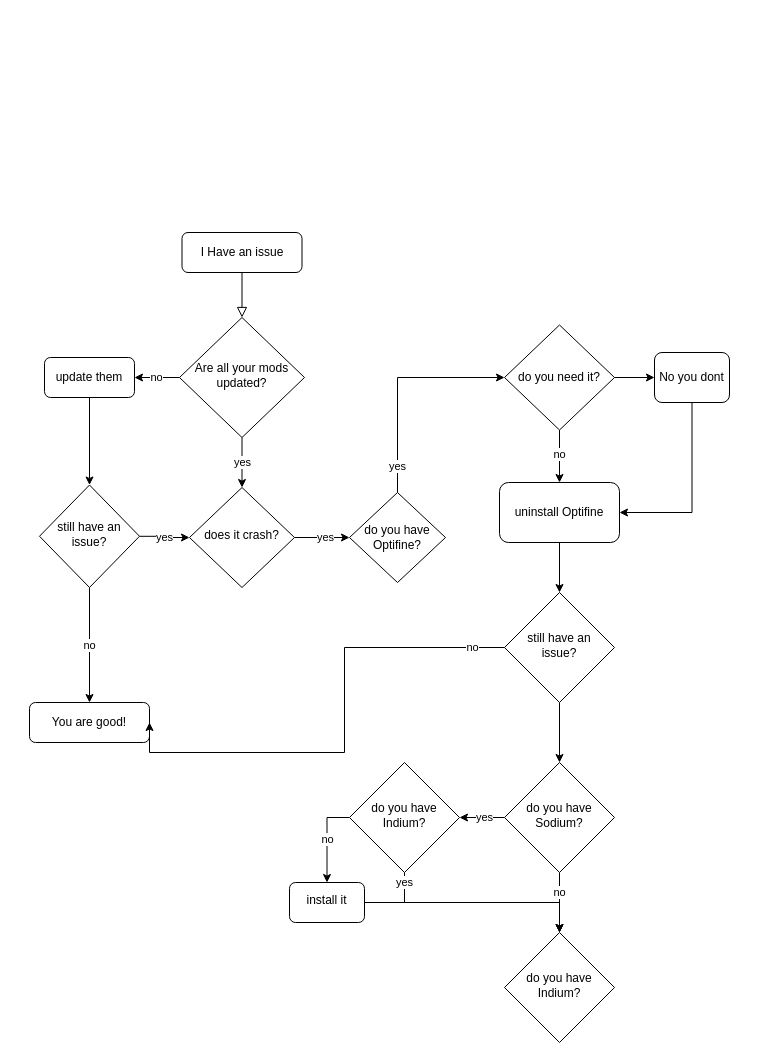
Before: Diagramma senza titolo.drawio in MehVahdJukaar/flowchart, a draw.io diagram. Source tidied: cells renumbered, new cells numbered last; positions are measured from the earlier drawing's top-left corner, leaving out a move shared by most shapes. Both pictures are drawn from the tidied source at 100%, with x=0, y=0 at pixel (29, 232).
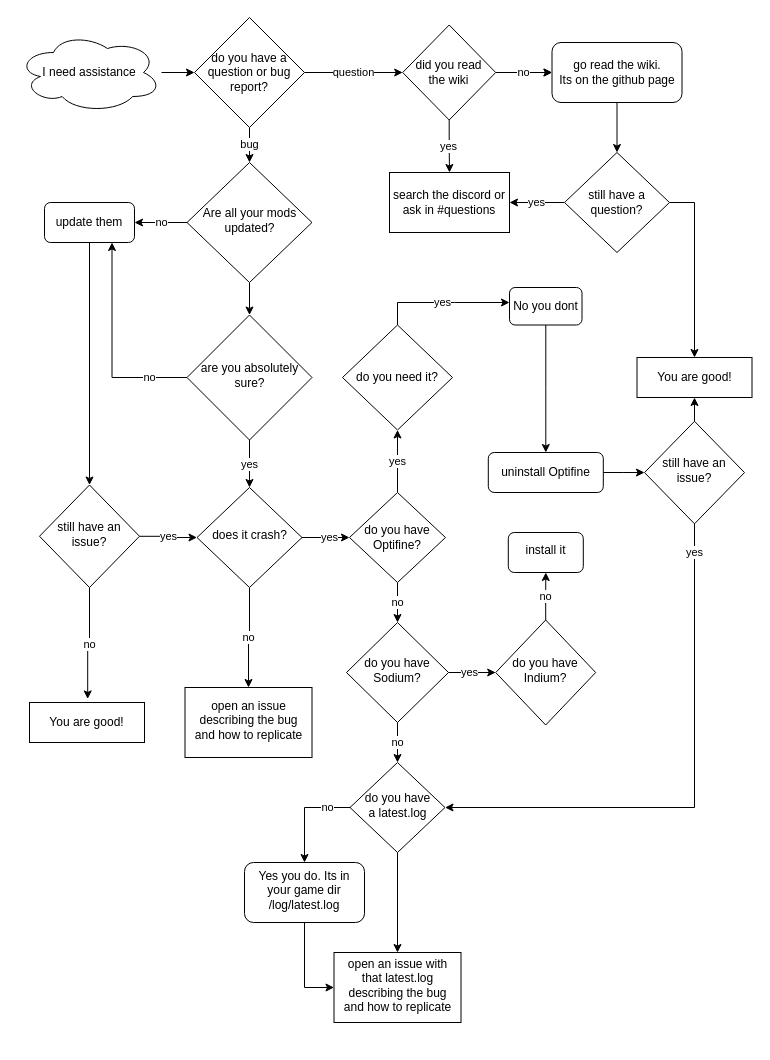
The same diagram, later.

The change refers to these unchanged cells:
```xml
<mxCell id="9" value="still have an issue?" style="rhombus;whiteSpace=wrap;html=1;shadow=0;fontFamily=Helvetica;fontSize=12;align=center;strokeWidth=1;spacing=6;spacingTop=-4;" parent="1" vertex="1">
  <mxGeometry x="10" y="252.5" width="100" height="102.5" as="geometry" />
</mxCell>
<mxCell id="17" value="do you have Optifine?" style="rhombus;whiteSpace=wrap;html=1;" parent="1" vertex="1">
  <mxGeometry x="320" y="260" width="96" height="90" as="geometry" />
</mxCell>
```

Change to the diagram source:
```diff
@@
-    <mxCell id="2" style="rounded=0;html=1;jettySize=auto;fontSize=11;endArrow=block;endFill=0;endSize=8;strokeWidth=1;shadow=0;labelBackgroundColor=none;edgeStyle=orthogonalEdgeStyle;" parent="1" edge="1" source="3" target="6">
-      <mxGeometry relative="1" as="geometry" />
-    </mxCell>
-    <mxCell id="3" value="I Have an issue" style="rounded=1;whiteSpace=wrap;html=1;fontSize=12;glass=0;strokeWidth=1;shadow=0;" parent="1" vertex="1">
-      <mxGeometry x="152.5" width="120" height="40" as="geometry" />
-    </mxCell>
@@
-    <mxCell id="5" value="yes" style="edgeStyle=orthogonalEdgeStyle;rounded=0;jettySize=auto;html=1;" parent="1" edge="1" source="6" target="35">
-      <mxGeometry relative="1" as="geometry" />
-    </mxCell>
+    <mxCell id="36" style="edgeStyle=orthogonalEdgeStyle;rounded=0;jettySize=auto;html=1;" parent="1" edge="1" source="6" target="43">
+      <mxGeometry relative="1" as="geometry" />
+    </mxCell>
     <mxCell id="6" value="Are all your mods updated?" style="rhombus;whiteSpace=wrap;html=1;shadow=0;fontFamily=Helvetica;fontSize=12;align=center;strokeWidth=1;spacing=6;spacingTop=-4;" parent="1" vertex="1">
-      <mxGeometry x="150" y="85" width="125" height="120" as="geometry" />
+      <mxGeometry x="157.5" y="-70" width="125" height="120" as="geometry" />
     </mxCell>
-    <mxCell id="7" value="no" style="edgeStyle=orthogonalEdgeStyle;rounded=0;jettySize=auto;html=1;exitX=0.5;exitY=1;exitDx=0;exitDy=0;entryX=0.5;entryY=0;entryDx=0;entryDy=0;" parent="1" edge="1" source="9" target="10">
+    <mxCell id="7" value="no" style="edgeStyle=orthogonalEdgeStyle;rounded=0;jettySize=auto;html=1;exitX=0.5;exitY=1;exitDx=0;exitDy=0;entryX=0.506;entryY=-0.089;entryDx=0;entryDy=0;entryPerimeter=0;" parent="1" edge="1" source="9" target="50">
       <mxGeometry relative="1" as="geometry" />
     </mxCell>
@@
-    <mxCell id="10" value="You are good!" style="rounded=1;whiteSpace=wrap;html=1;fontSize=12;glass=0;strokeWidth=1;shadow=0;" parent="1" vertex="1">
-      <mxGeometry y="470" width="120" height="40" as="geometry" />
-    </mxCell>
-    <mxCell id="11" value="no" style="edgeStyle=orthogonalEdgeStyle;rounded=0;jettySize=auto;html=1;" parent="1" edge="1" source="13" target="19">
-      <mxGeometry x="-0.14" relative="1" as="geometry">
-        <mxPoint y="1" as="offset" />
-      </mxGeometry>
-    </mxCell>
-    <mxCell id="12" style="edgeStyle=orthogonalEdgeStyle;rounded=0;jettySize=auto;html=1;" parent="1" edge="1" source="13" target="21">
-      <mxGeometry relative="1" as="geometry" />
-    </mxCell>
     <mxCell id="13" value="do you need it?" style="rhombus;whiteSpace=wrap;html=1;" parent="1" vertex="1">
-      <mxGeometry x="475" y="92.5" width="110" height="105" as="geometry" />
+      <mxGeometry x="313" y="92.5" width="110" height="105" as="geometry" />
     </mxCell>
@@
     <mxCell id="15" value="update them" style="rounded=1;whiteSpace=wrap;html=1;fontSize=12;glass=0;strokeWidth=1;shadow=0;" parent="1" vertex="1">
-      <mxGeometry x="15" y="125" width="90" height="40" as="geometry" />
+      <mxGeometry x="15" y="-30" width="90" height="40" as="geometry" />
     </mxCell>
+    <mxCell id="37" value="no" style="edgeStyle=orthogonalEdgeStyle;rounded=0;jettySize=auto;html=1;" parent="1" edge="1" source="17" target="27">
+      <mxGeometry relative="1" as="geometry" />
+    </mxCell>
-    <mxCell id="16" value="yes" style="edgeStyle=orthogonalEdgeStyle;rounded=0;jettySize=auto;html=1;exitX=0.5;exitY=0;exitDx=0;exitDy=0;entryX=0;entryY=0.5;entryDx=0;entryDy=0;" parent="1" edge="1" source="17" target="13">
-      <mxGeometry x="-0.77" relative="1" as="geometry" />
+    <mxCell id="16" value="yes" style="edgeStyle=orthogonalEdgeStyle;rounded=0;jettySize=auto;html=1;" parent="1" edge="1" source="17" target="13">
+      <mxGeometry relative="1" as="geometry" />
     </mxCell>
@@
-    <mxCell id="18" style="edgeStyle=orthogonalEdgeStyle;rounded=0;jettySize=auto;html=1;" parent="1" edge="1" source="19" target="24">
+    <mxCell id="18" style="edgeStyle=orthogonalEdgeStyle;rounded=0;jettySize=auto;html=1;entryX=0;entryY=0.5;entryDx=0;entryDy=0;" parent="1" edge="1" source="19" target="24">
       <mxGeometry relative="1" as="geometry" />
     </mxCell>
     <mxCell id="19" value="uninstall Optifine" style="rounded=1;whiteSpace=wrap;html=1;" parent="1" vertex="1">
-      <mxGeometry x="470" y="250" width="120" height="60" as="geometry" />
+      <mxGeometry x="458.8" y="220" width="115" height="40" as="geometry" />
     </mxCell>
-    <mxCell id="20" style="edgeStyle=orthogonalEdgeStyle;rounded=0;jettySize=auto;html=1;exitX=0.5;exitY=1;exitDx=0;exitDy=0;entryX=1;entryY=0.5;entryDx=0;entryDy=0;" parent="1" edge="1" source="21" target="19">
+    <mxCell id="20" style="edgeStyle=orthogonalEdgeStyle;rounded=0;jettySize=auto;html=1;" parent="1" edge="1" source="21" target="19">
       <mxGeometry relative="1" as="geometry" />
     </mxCell>
     <mxCell id="21" value="No you dont" style="rounded=1;whiteSpace=wrap;html=1;" parent="1" vertex="1">
-      <mxGeometry x="625" y="120" width="75" height="50" as="geometry" />
+      <mxGeometry x="480" y="55" width="72.5" height="37.5" as="geometry" />
     </mxCell>
-    <mxCell id="22" value="no" style="edgeStyle=orthogonalEdgeStyle;rounded=0;jettySize=auto;html=1;exitX=0;exitY=0.5;exitDx=0;exitDy=0;entryX=1;entryY=0.5;entryDx=0;entryDy=0;" parent="1" edge="1" source="24" target="10">
-      <mxGeometry x="-0.87" relative="1" as="geometry">
-        <Array as="points">
-          <mxPoint x="315" y="415" />
-          <mxPoint x="315" y="520" />
-        </Array>
-      </mxGeometry>
-    </mxCell>
-    <mxCell id="23" style="edgeStyle=orthogonalEdgeStyle;rounded=0;jettySize=auto;html=1;" parent="1" edge="1" source="24" target="27">
-      <mxGeometry relative="1" as="geometry" />
-    </mxCell>
-    <mxCell id="24" value="still have an issue?" style="rhombus;whiteSpace=wrap;html=1;shadow=0;fontFamily=Helvetica;fontSize=12;align=center;strokeWidth=1;spacing=6;spacingTop=-4;" parent="1" vertex="1">
-      <mxGeometry x="475" y="360" width="110" height="110" as="geometry" />
-    </mxCell>
@@
     <mxCell id="26" value="no" style="edgeStyle=orthogonalEdgeStyle;rounded=0;jettySize=auto;html=1;" parent="1" edge="1" source="27" target="33">
-      <mxGeometry x="-0.33" relative="1" as="geometry" />
+      <mxGeometry relative="1" as="geometry" />
     </mxCell>
     <mxCell id="27" value="do you have Sodium?" style="rhombus;whiteSpace=wrap;html=1;shadow=0;fontFamily=Helvetica;fontSize=12;align=center;strokeWidth=1;spacing=6;spacingTop=-4;" parent="1" vertex="1">
-      <mxGeometry x="475" y="530" width="110" height="110" as="geometry" />
+      <mxGeometry x="317" y="390" width="102" height="100" as="geometry" />
     </mxCell>
-    <mxCell id="28" value="yes" style="edgeStyle=orthogonalEdgeStyle;rounded=0;jettySize=auto;html=1;" parent="1" edge="1" source="30" target="33">
-      <mxGeometry x="-0.91" relative="1" as="geometry">
-        <Array as="points">
-          <mxPoint x="375" y="670" />
-          <mxPoint x="530" y="670" />
-        </Array>
-      </mxGeometry>
-    </mxCell>
-    <mxCell id="29" value="no" style="edgeStyle=orthogonalEdgeStyle;rounded=0;jettySize=auto;html=1;exitX=0;exitY=0.5;exitDx=0;exitDy=0;entryX=0.5;entryY=0;entryDx=0;entryDy=0;" parent="1" edge="1" source="30" target="32">
+    <mxCell id="29" value="no" style="edgeStyle=orthogonalEdgeStyle;rounded=0;jettySize=auto;html=1;" parent="1" edge="1" source="30" target="32">
       <mxGeometry relative="1" as="geometry" />
     </mxCell>
     <mxCell id="30" value="do you have Indium?" style="rhombus;whiteSpace=wrap;html=1;shadow=0;fontFamily=Helvetica;fontSize=12;align=center;strokeWidth=1;spacing=6;spacingTop=-4;" parent="1" vertex="1">
-      <mxGeometry x="320" y="530" width="110" height="110" as="geometry" />
+      <mxGeometry x="466.2" y="387.5" width="100" height="105" as="geometry" />
     </mxCell>
-    <mxCell id="31" style="edgeStyle=orthogonalEdgeStyle;rounded=0;jettySize=auto;html=1;exitX=1;exitY=0.5;exitDx=0;exitDy=0;entryX=0.5;entryY=0;entryDx=0;entryDy=0;" parent="1" edge="1" source="32" target="33">
-      <mxGeometry relative="1" as="geometry" />
-    </mxCell>
     <mxCell id="32" value="install it" style="rounded=1;whiteSpace=wrap;html=1;shadow=0;strokeWidth=1;spacing=6;spacingTop=-4;" parent="1" vertex="1">
-      <mxGeometry x="260" y="650" width="75" height="40" as="geometry" />
+      <mxGeometry x="478.8" y="300" width="75" height="40" as="geometry" />
     </mxCell>
+    <mxCell id="38" value="no" style="edgeStyle=orthogonalEdgeStyle;rounded=0;jettySize=auto;html=1;" parent="1" edge="1" source="33" target="48">
+      <mxGeometry x="-0.54" relative="1" as="geometry">
+        <Array as="points">
+          <mxPoint x="275" y="575" />
+        </Array>
+      </mxGeometry>
+    </mxCell>
+    <mxCell id="39" style="edgeStyle=orthogonalEdgeStyle;rounded=0;jettySize=auto;html=1;" parent="1" edge="1" source="33" target="49">
+      <mxGeometry relative="1" as="geometry" />
+    </mxCell>
-    <mxCell id="33" value="do you have Indium?" style="rhombus;whiteSpace=wrap;html=1;shadow=0;fontFamily=Helvetica;fontSize=12;align=center;strokeWidth=1;spacing=6;spacingTop=-4;" parent="1" vertex="1">
-      <mxGeometry x="475" y="700" width="110" height="110" as="geometry" />
+    <mxCell id="33" value="do you have&lt;br&gt;a latest.log" style="rhombus;whiteSpace=wrap;html=1;shadow=0;fontFamily=Helvetica;fontSize=12;align=center;strokeWidth=1;spacing=6;spacingTop=-4;" parent="1" vertex="1">
+      <mxGeometry x="320.5" y="530" width="95" height="90" as="geometry" />
     </mxCell>
@@
+    <mxCell id="40" value="no" style="edgeStyle=orthogonalEdgeStyle;rounded=0;jettySize=auto;html=1;entryX=0.5;entryY=0;entryDx=0;entryDy=0;" parent="1" edge="1" source="35" target="52">
+      <mxGeometry relative="1" as="geometry" />
+    </mxCell>
     <mxCell id="35" value="does it crash?" style="rhombus;whiteSpace=wrap;html=1;shadow=0;fontFamily=Helvetica;fontSize=12;align=center;strokeWidth=1;spacing=6;spacingTop=-4;" parent="1" vertex="1">
-      <mxGeometry x="160" y="255" width="105" height="100" as="geometry" />
+      <mxGeometry x="167.5" y="255" width="105" height="100" as="geometry" />
     </mxCell>
+    <mxCell id="41" value="yes" style="edgeStyle=orthogonalEdgeStyle;rounded=0;jettySize=auto;html=1;" parent="1" edge="1" source="43" target="35">
+      <mxGeometry relative="1" as="geometry" />
+    </mxCell>
+    <mxCell id="42" value="no" style="edgeStyle=orthogonalEdgeStyle;rounded=0;jettySize=auto;html=1;entryX=0.75;entryY=1;entryDx=0;entryDy=0;" parent="1" edge="1" source="43" target="15">
+      <mxGeometry x="-0.64" relative="1" as="geometry" />
+    </mxCell>
+    <mxCell id="43" value="are you absolutely sure?" style="rhombus;whiteSpace=wrap;html=1;shadow=0;fontFamily=Helvetica;fontSize=12;align=center;strokeWidth=1;spacing=6;spacingTop=-4;" parent="1" vertex="1">
+      <mxGeometry x="157.5" y="82.5" width="125" height="125" as="geometry" />
+    </mxCell>
+    <mxCell id="44" value="yes" style="endArrow=classic;html=1;rounded=0;exitX=0.5;exitY=0;exitDx=0;exitDy=0;" parent="1" edge="1" source="13">
+      <mxGeometry relative="1" as="geometry">
+        <mxPoint x="480" y="70" as="targetPoint" />
+        <Array as="points">
+          <mxPoint x="368" y="70" />
+          <mxPoint x="425" y="70" />
+        </Array>
+      </mxGeometry>
+    </mxCell>
+    <mxCell id="45" value="yes" style="edgeStyle=orthogonalEdgeStyle;rounded=0;jettySize=auto;html=1;entryX=1;entryY=0.5;entryDx=0;entryDy=0;" parent="1" edge="1" source="24" target="33">
+      <mxGeometry x="-0.89" relative="1" as="geometry">
+        <Array as="points">
+          <mxPoint x="665" y="575" />
+        </Array>
+      </mxGeometry>
+    </mxCell>
+    <mxCell id="46" style="edgeStyle=orthogonalEdgeStyle;rounded=0;jettySize=auto;html=1;entryX=0.5;entryY=1;entryDx=0;entryDy=0;" parent="1" edge="1" source="24" target="51">
+      <mxGeometry relative="1" as="geometry" />
+    </mxCell>
+    <mxCell id="24" value="still have an issue?" style="rhombus;whiteSpace=wrap;html=1;shadow=0;fontFamily=Helvetica;fontSize=12;align=center;strokeWidth=1;spacing=6;spacingTop=-4;" parent="1" vertex="1">
+      <mxGeometry x="615" y="188.8" width="100" height="102.5" as="geometry" />
+    </mxCell>
+    <mxCell id="47" style="edgeStyle=orthogonalEdgeStyle;rounded=0;jettySize=auto;html=1;entryX=0;entryY=0.5;entryDx=0;entryDy=0;" parent="1" edge="1" source="48" target="49">
+      <mxGeometry relative="1" as="geometry" />
+    </mxCell>
+    <mxCell id="48" value="Yes you do. Its in your game dir /log/latest.log" style="rounded=1;whiteSpace=wrap;html=1;shadow=0;strokeWidth=1;spacing=6;spacingTop=-4;" parent="1" vertex="1">
+      <mxGeometry x="215" y="630" width="120" height="60" as="geometry" />
+    </mxCell>
+    <mxCell id="49" value="open an issue with that latest.log&lt;br&gt;describing the bug and how to replicate" style="whiteSpace=wrap;html=1;shadow=0;strokeWidth=1;spacing=6;spacingTop=-4;" parent="1" vertex="1">
+      <mxGeometry x="304.5" y="720" width="127" height="70" as="geometry" />
+    </mxCell>
+    <mxCell id="50" value="You are good!" style="rounded=0;whiteSpace=wrap;html=1;" parent="1" vertex="1">
+      <mxGeometry y="470" width="115" height="40" as="geometry" />
+    </mxCell>
+    <mxCell id="51" value="You are good!" style="rounded=0;whiteSpace=wrap;html=1;" parent="1" vertex="1">
+      <mxGeometry x="607.5" y="125" width="115" height="40" as="geometry" />
+    </mxCell>
+    <mxCell id="52" value="open an issue&lt;br&gt;describing the bug and how to replicate" style="whiteSpace=wrap;html=1;shadow=0;strokeWidth=1;spacing=6;spacingTop=-4;" parent="1" vertex="1">
+      <mxGeometry x="155.5" y="455" width="127" height="70" as="geometry" />
+    </mxCell>
+    <mxCell id="53" style="edgeStyle=orthogonalEdgeStyle;rounded=0;jettySize=auto;html=1;" parent="1" edge="1" source="54" target="57">
+      <mxGeometry relative="1" as="geometry" />
+    </mxCell>
+    <mxCell id="54" value="I need assistance" style="ellipse;shape=cloud;whiteSpace=wrap;html=1;" parent="1" vertex="1">
+      <mxGeometry x="-12" y="-200" width="144" height="80" as="geometry" />
+    </mxCell>
+    <mxCell id="55" value="bug" style="edgeStyle=orthogonalEdgeStyle;rounded=0;jettySize=auto;html=1;" parent="1" edge="1" source="57" target="6">
+      <mxGeometry relative="1" as="geometry" />
+    </mxCell>
+    <mxCell id="56" value="question" style="edgeStyle=orthogonalEdgeStyle;rounded=0;jettySize=auto;html=1;" parent="1" edge="1" source="57" target="61">
+      <mxGeometry relative="1" as="geometry" />
+    </mxCell>
+    <mxCell id="57" value="do you have a question or bug report?" style="rhombus;whiteSpace=wrap;html=1;" parent="1" vertex="1">
+      <mxGeometry x="165" y="-215" width="110" height="110" as="geometry" />
+    </mxCell>
+    <mxCell id="58" style="edgeStyle=orthogonalEdgeStyle;rounded=0;jettySize=auto;html=1;" parent="1" edge="1" source="61" target="63">
+      <mxGeometry relative="1" as="geometry" />
+    </mxCell>
+    <mxCell id="59" value="yes" style="edgeStyle=orthogonalEdgeStyle;rounded=0;jettySize=auto;html=1;" parent="1" edge="1" source="61" target="67">
+      <mxGeometry relative="1" as="geometry" />
+    </mxCell>
+    <mxCell id="60" value="no" style="edgeStyle=orthogonalEdgeStyle;rounded=0;jettySize=auto;html=1;" parent="1" edge="1" source="61" target="63">
+      <mxGeometry relative="1" as="geometry" />
+    </mxCell>
+    <mxCell id="61" value="did you read &lt;br&gt;the wiki" style="rhombus;whiteSpace=wrap;html=1;" parent="1" vertex="1">
+      <mxGeometry x="373.2" y="-207.5" width="93" height="95" as="geometry" />
+    </mxCell>
+    <mxCell id="62" style="edgeStyle=orthogonalEdgeStyle;rounded=0;jettySize=auto;html=1;" parent="1" edge="1" source="63" target="66">
+      <mxGeometry relative="1" as="geometry" />
+    </mxCell>
+    <mxCell id="63" value="go read the wiki.&lt;br&gt;Its on the github page" style="rounded=1;whiteSpace=wrap;html=1;" parent="1" vertex="1">
+      <mxGeometry x="522.5" y="-190" width="130" height="60" as="geometry" />
+    </mxCell>
+    <mxCell id="64" value="yes" style="edgeStyle=orthogonalEdgeStyle;rounded=0;jettySize=auto;html=1;" parent="1" edge="1" source="66" target="67">
+      <mxGeometry relative="1" as="geometry" />
+    </mxCell>
+    <mxCell id="65" style="edgeStyle=orthogonalEdgeStyle;rounded=0;jettySize=auto;html=1;exitX=1;exitY=0.5;exitDx=0;exitDy=0;entryX=0.5;entryY=0;entryDx=0;entryDy=0;" parent="1" edge="1" source="66" target="51">
+      <mxGeometry relative="1" as="geometry" />
+    </mxCell>
+    <mxCell id="66" value="still have a question?" style="rhombus;whiteSpace=wrap;html=1;" parent="1" vertex="1">
+      <mxGeometry x="535" y="-80" width="105" height="100" as="geometry" />
+    </mxCell>
+    <mxCell id="67" value="search the discord or ask in #questions" style="whiteSpace=wrap;html=1;" parent="1" vertex="1">
+      <mxGeometry x="360" y="-60" width="120" height="60" as="geometry" />
+    </mxCell>
```
